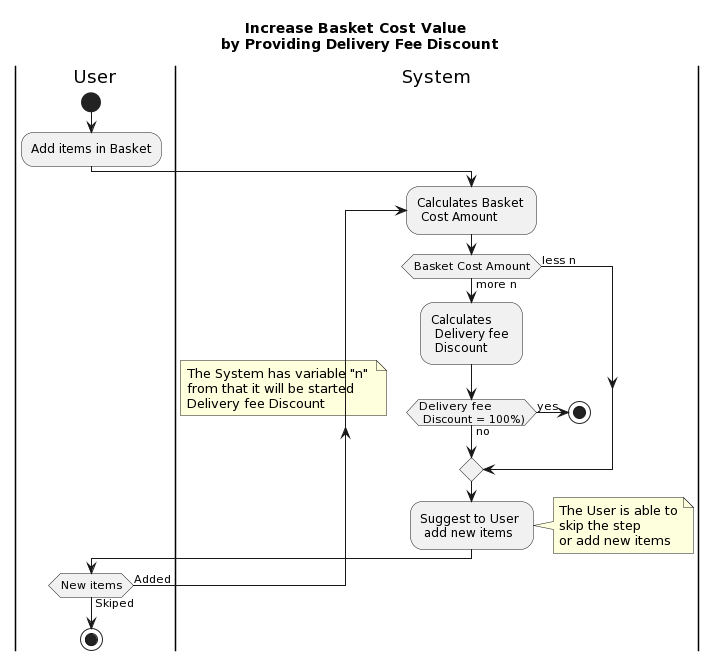
Before: UMLimage/BP-delivery_discount.png, a diagram exported from PlantUML (AlexVi22/MainVAS). Its diagram source:
```plantuml
@startuml
title "Increase Basket Cost Value \n by Providing Delivery Fee Discount"
|User|
start
:Add items in Basket;
|System|
repeat :Calculates Basket \n Cost Amount;
if (Basket Cost Amount) is (less n) then
note left
    The System has variable "n"
    from that it will be started
    Delivery fee Discount
end note
else (more n)
:Calculates \n Delivery fee \n Discount;
if (Delivery fee \n Discount = 100%)) is (yes) then
stop
else (no)
endif
endif
:Suggest to User \n add new items;
note right
    The User is able to
    skip the step
    or add new items
end note
|User|
repeat while (New items) is (Added) not (Skiped)
stop
@enduml
```
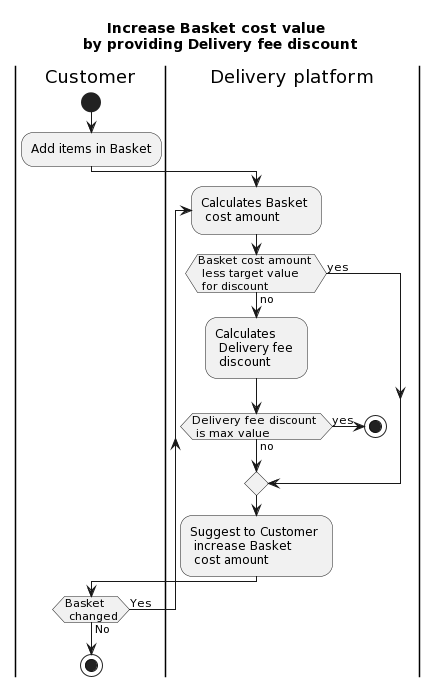
Above is the later version.

Commit message:
Correct UML; Result tasks 2-4 in Analytic summary and additionally separated files per task

Change to the diagram source:
```diff
@@ -1,30 +1,20 @@
 @startuml
-title "Increase Basket Cost Value \n by Providing Delivery Fee Discount"
-|User|
+title "Increase Basket cost value \n by providing Delivery fee discount"
+|Customer|
 start
 :Add items in Basket;
-|System|
-repeat :Calculates Basket \n Cost Amount;
-if (Basket Cost Amount) is (less n) then
-note left
-    The System has variable "n"
-    from that it will be started
-    Delivery fee Discount
-end note
-else (more n)
-:Calculates \n Delivery fee \n Discount;
-if (Delivery fee \n Discount = 100%)) is (yes) then
+|Delivery platform|
+repeat :Calculates Basket \n cost amount;
+if (Basket cost amount \n less target value \n for discount) is (yes) then
+else (no)
+:Calculates \n Delivery fee \n discount;
+if (Delivery fee discount \n is max value) is (yes) then
 stop
 else (no)
 endif
 endif
-:Suggest to User \n add new items;
-note right
-    The User is able to
-    skip the step
-    or add new items
-end note
-|User|
-repeat while (New items) is (Added) not (Skiped)
+:Suggest to Customer \n increase Basket \n cost amount ;
+|Customer|
+repeat while (Basket \n changed) is (Yes) not (No)
 stop
 @enduml
```
